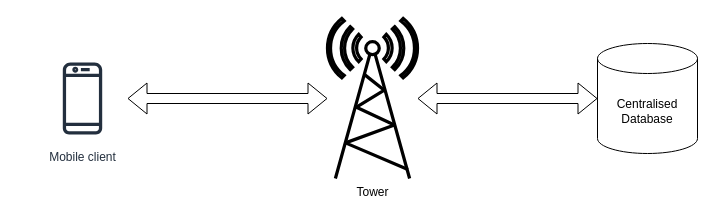
vigneshksaithal/viyukta keeps this draw.io diagram as architecture.drawio. Above is the earlier version. Source tidied: cells renumbered, new cells numbered last; positions are measured from the earlier drawing's top-left corner, leaving out a move shared by most shapes. Both pictures are drawn from the tidied source at 100%, with x=0, y=0 at pixel (37, 18).
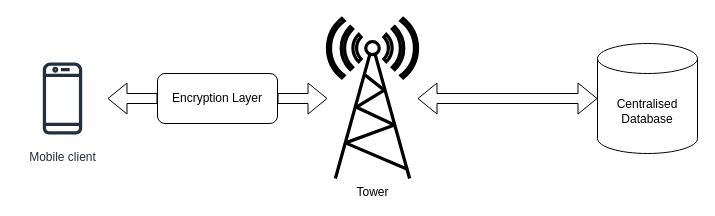
The same diagram, later.

Commit message:
Add Encryption Layer

The edit, as a diff of the source:
```diff
@@
 <mxGraphModel>
   <root>
     <mxCell id="0" />
     <mxCell id="1" parent="0" />
     <mxCell id="2" value="Mobile client" style="sketch=0;outlineConnect=0;fontColor=#232F3E;gradientColor=none;strokeColor=#232F3E;fillColor=#ffffff;dashed=0;verticalLabelPosition=bottom;verticalAlign=top;align=center;html=1;fontSize=12;fontStyle=0;shape=mxgraph.aws4.resourceIcon;resIcon=mxgraph.aws4.mobile_client;" parent="1" vertex="1">
-      <mxGeometry y="35" width="90" height="90" as="geometry" />
+      <mxGeometry x="-20" y="35" width="90" height="90" as="geometry" />
     </mxCell>
     <mxCell id="3" value="Centralised Database" style="shape=cylinder3;whiteSpace=wrap;html=1;boundedLbl=1;backgroundOutline=1;size=15;" parent="1" vertex="1">
       <mxGeometry x="560" y="25" width="100" height="110" as="geometry" />
     </mxCell>
     <mxCell id="4" value="Tower" style="verticalAlign=top;verticalLabelPosition=bottom;labelPosition=center;align=center;html=1;outlineConnect=0;gradientDirection=north;strokeWidth=2;shape=mxgraph.networks.radio_tower;labelBackgroundColor=none;" parent="1" vertex="1">
       <mxGeometry x="290" width="90" height="160" as="geometry" />
     </mxCell>
-    <mxCell id="5" style="shape=flexArrow;endArrow=classic;startArrow=classic;html=1;rounded=0;fontColor=#000000;" parent="1" edge="1" source="2" target="4">
+    <mxCell id="5" style="shape=flexArrow;endArrow=classic;startArrow=none;html=1;rounded=0;fontColor=#000000;" parent="1" edge="1" source="8" target="4">
       <mxGeometry relative="1" as="geometry" />
     </mxCell>
     <mxCell id="6" style="shape=flexArrow;endArrow=classic;startArrow=classic;html=1;rounded=0;fontColor=#000000;entryX=0;entryY=0.5;entryDx=0;entryDy=0;entryPerimeter=0;" parent="1" edge="1" source="4" target="3">
       <mxGeometry relative="1" as="geometry" />
     </mxCell>
+    <mxCell id="7" style="shape=flexArrow;endArrow=none;startArrow=classic;html=1;rounded=0;fontColor=#000000;" parent="1" edge="1" source="2" target="8">
+      <mxGeometry relative="1" as="geometry" />
+    </mxCell>
+    <mxCell id="8" value="Encryption Layer" style="rounded=1;whiteSpace=wrap;html=1;" parent="1" vertex="1">
+      <mxGeometry x="120" y="55" width="120" height="50" as="geometry" />
+    </mxCell>
   </root>
 </mxGraphModel>
```
